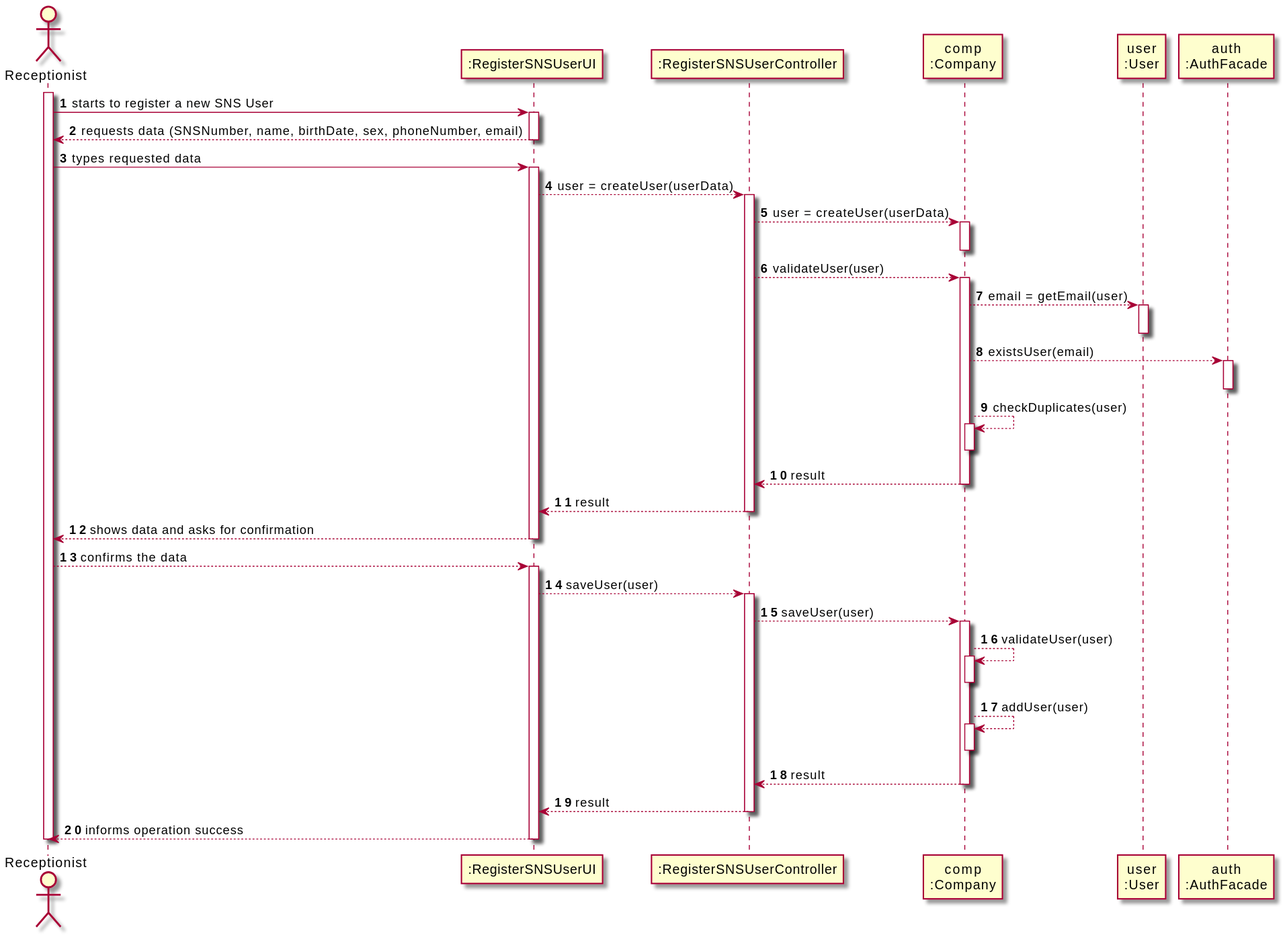
The PlantUML diagram docs/SprintB/US03/SD/US03_SD.svg in miseEnPlace-i/lapr2, before a commit.
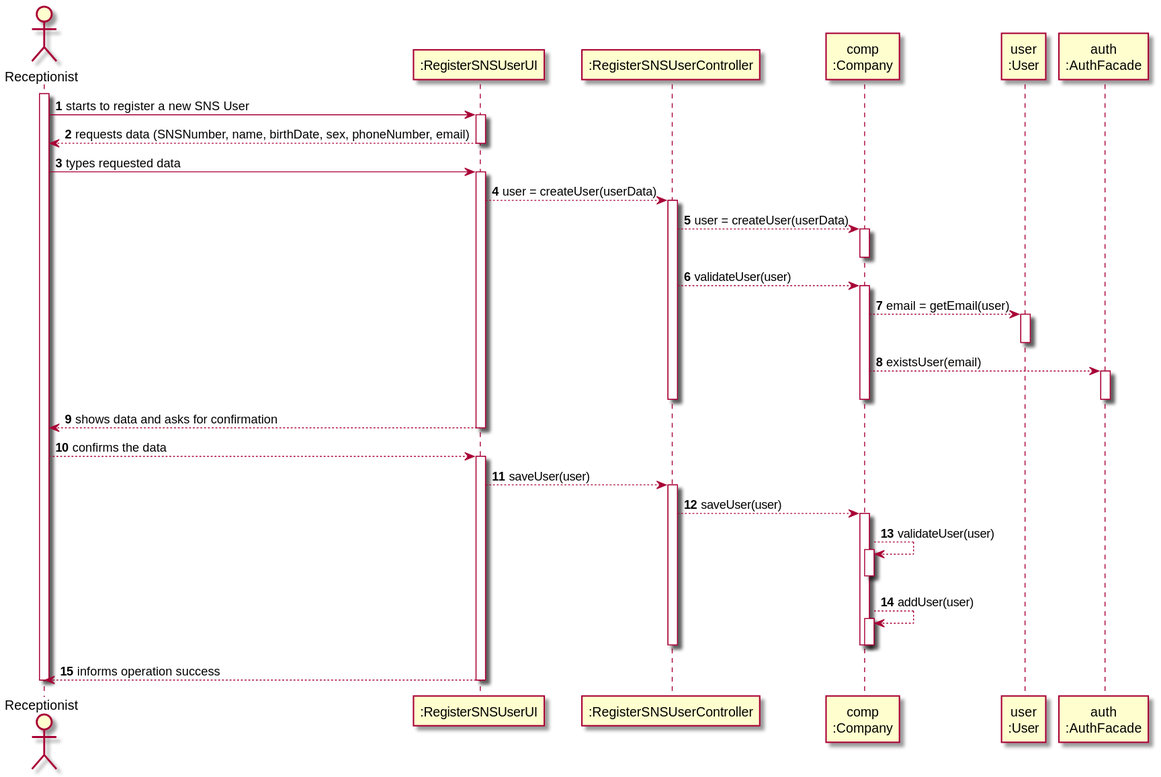
After the change.

The edit, as a diff of the source:
```diff
@@ -35,15 +35,8 @@
 activate AUTH
 deactivate AUTH
 
-COMP --> COMP : checkDuplicates(user)
-activate COMP
-deactivate COMP
-
-CTRL <-- COMP : result
 
 deactivate COMP
-
-UI <-- CTRL : result
 
 deactivate CTRL
 
@@ -67,11 +60,7 @@
 activate COMP
 deactivate COMP
 
-CTRL <-- COMP : result
-
 deactivate COMP
-
-UI <-- CTRL : result
 
 deactivate CTRL
 
```
